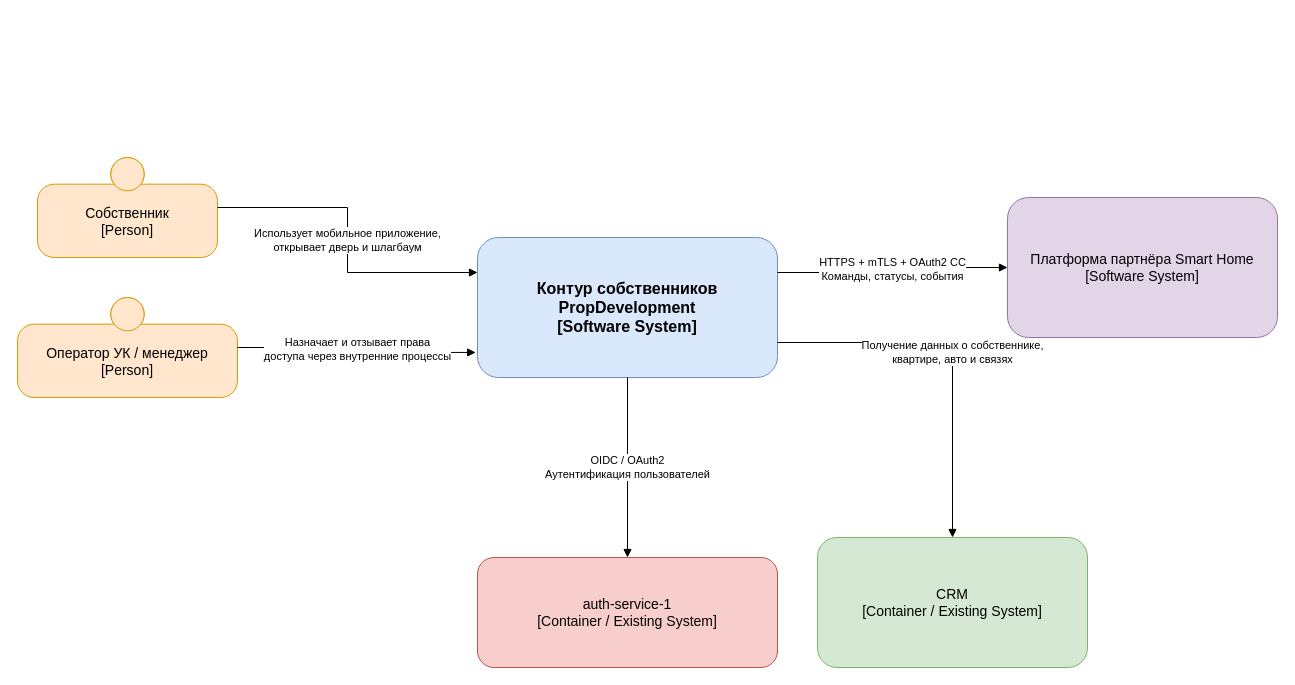
Earlier version of the draw.io diagram Task3/task3-context.drawio (shadowonyx92-afk/architecture-pro-propdevelopment). Source tidied: cells renumbered, new cells numbered last; positions are measured from the earlier drawing's top-left corner, leaving out a move shared by most shapes. Both pictures are drawn from the tidied source at 100%, with x=0, y=0 at pixel (17, 157).
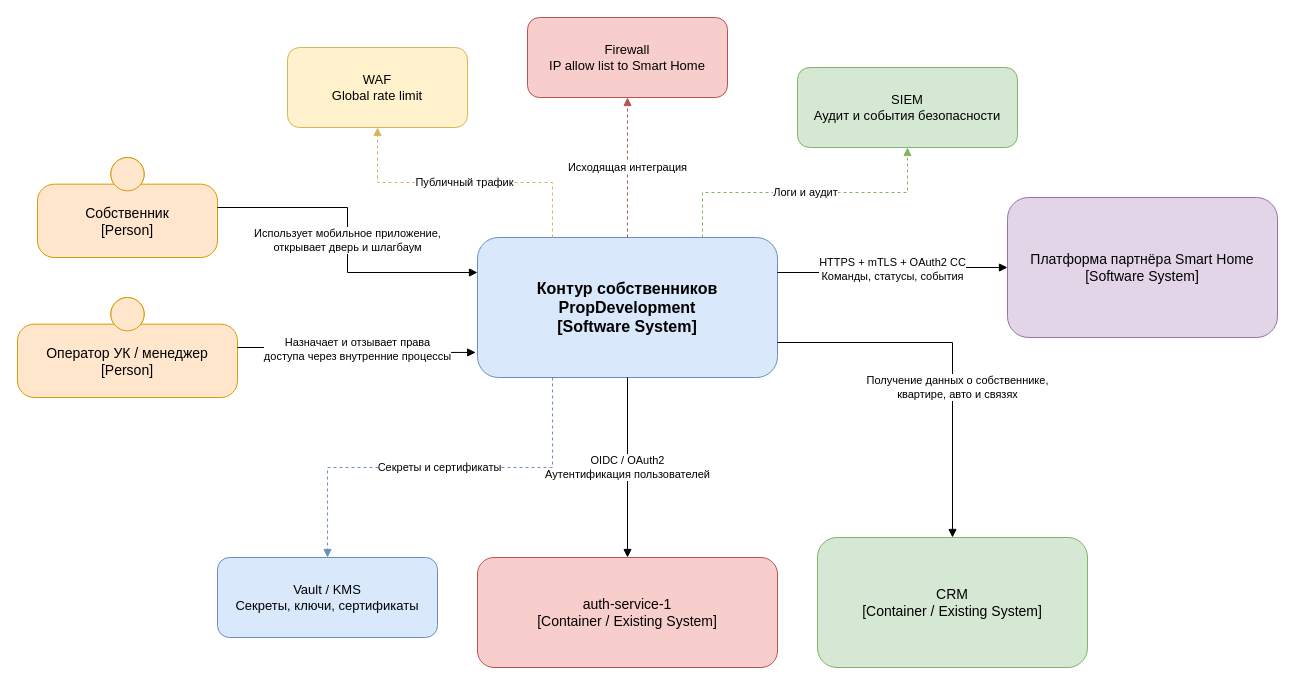
After the change.

Unchanged cells that the change refers to:
```xml
<mxCell id="2" value="Контур собственников PropDevelopment&lt;br&gt;[Software System]" style="rounded=1;whiteSpace=wrap;html=1;fontStyle=1;fontSize=16;fillColor=#dae8fc;strokeColor=#6c8ebf;fontColor=#000000;" parent="1" vertex="1">
  <mxGeometry x="460" y="80" width="300" height="140" as="geometry" />
</mxCell>
<mxCell id="6" value="CRM&lt;br&gt;[Container / Existing System]" style="rounded=1;whiteSpace=wrap;html=1;fontSize=14;fillColor=#d5e8d4;strokeColor=#82b366;fontColor=#000000;" parent="1" vertex="1">
  <mxGeometry x="800" y="380" width="270" height="130" as="geometry" />
</mxCell>
```

The edit, as a diff of the source:
```diff
@@
     <mxCell id="11" value="Получение данных о собственнике,&#10;квартире, авто и связях" style="edgeStyle=orthogonalEdgeStyle;rounded=0;html=1;endArrow=block;endFill=1;exitX=1;exitY=0.75;exitDx=0;exitDy=0;" parent="1" edge="1" source="2" target="6">
-      <mxGeometry relative="1" as="geometry" />
+      <mxGeometry x="0.19" y="5" relative="1" as="geometry" />
     </mxCell>
@@
+    <mxCell id="13" value="WAF&#10;Global rate limit" style="rounded=1;whiteSpace=wrap;html=1;fontSize=13;fillColor=#fff2cc;strokeColor=#d6b656;fontColor=#000000;" parent="1" vertex="1">
+      <mxGeometry x="270" y="-110" width="180" height="80" as="geometry" />
+    </mxCell>
+    <mxCell id="14" value="Firewall&#10;IP allow list to Smart Home" style="rounded=1;whiteSpace=wrap;html=1;fontSize=13;fillColor=#f8cecc;strokeColor=#b85450;fontColor=#000000;" parent="1" vertex="1">
+      <mxGeometry x="510" y="-140" width="200" height="80" as="geometry" />
+    </mxCell>
+    <mxCell id="15" value="Vault / KMS&#10;Секреты, ключи, сертификаты" style="rounded=1;whiteSpace=wrap;html=1;fontSize=13;fillColor=#dae8fc;strokeColor=#6c8ebf;fontColor=#000000;" parent="1" vertex="1">
+      <mxGeometry x="200" y="400" width="220" height="80" as="geometry" />
+    </mxCell>
+    <mxCell id="16" value="SIEM&#10;Аудит и события безопасности" style="rounded=1;whiteSpace=wrap;html=1;fontSize=13;fillColor=#d5e8d4;strokeColor=#82b366;fontColor=#000000;" parent="1" vertex="1">
+      <mxGeometry x="780" y="-90" width="220" height="80" as="geometry" />
+    </mxCell>
+    <mxCell id="17" value="Публичный трафик" style="edgeStyle=orthogonalEdgeStyle;rounded=0;html=1;dashed=1;endArrow=block;endFill=1;strokeColor=#d6b656;exitX=0.25;exitY=0;exitDx=0;exitDy=0;" parent="1" edge="1" source="2" target="13">
+      <mxGeometry relative="1" as="geometry" />
+    </mxCell>
+    <mxCell id="18" value="Исходящая интеграция" style="edgeStyle=orthogonalEdgeStyle;rounded=0;html=1;dashed=1;endArrow=block;endFill=1;strokeColor=#b85450;exitX=0.5;exitY=0;exitDx=0;exitDy=0;" parent="1" edge="1" source="2" target="14">
+      <mxGeometry relative="1" as="geometry" />
+    </mxCell>
+    <mxCell id="19" value="Секреты и сертификаты" style="edgeStyle=orthogonalEdgeStyle;rounded=0;html=1;dashed=1;endArrow=block;endFill=1;strokeColor=#6c8ebf;exitX=0.25;exitY=1;exitDx=0;exitDy=0;" parent="1" edge="1" source="2" target="15">
+      <mxGeometry relative="1" as="geometry" />
+    </mxCell>
+    <mxCell id="20" value="Логи и аудит" style="edgeStyle=orthogonalEdgeStyle;rounded=0;html=1;dashed=1;endArrow=block;endFill=1;strokeColor=#82b366;exitX=0.75;exitY=0;exitDx=0;exitDy=0;" parent="1" edge="1" source="2" target="16">
+      <mxGeometry relative="1" as="geometry" />
+    </mxCell>
```
